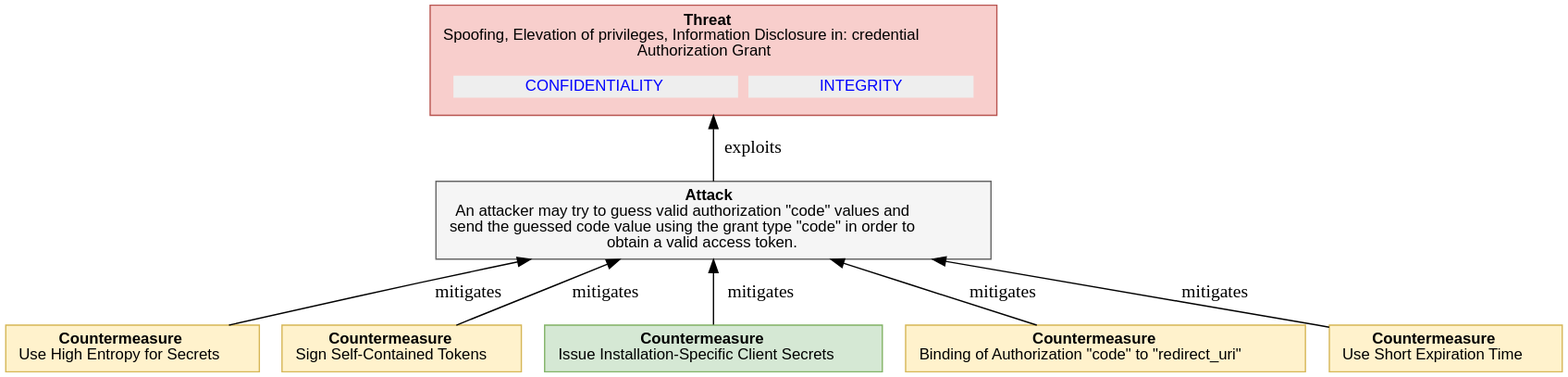
Above: report-examples/OAuth2/img/threatTree/4_4_1_3_AUTH_CODE_BRUTE_FORCE.svg in DavidCervigni/threat-models (PlantUML), before the change. Its source is kept beside it as report-examples/OAuth2/img/threatTree/4_4_1_3_AUTH_CODE_BRUTE_FORCE.puml.
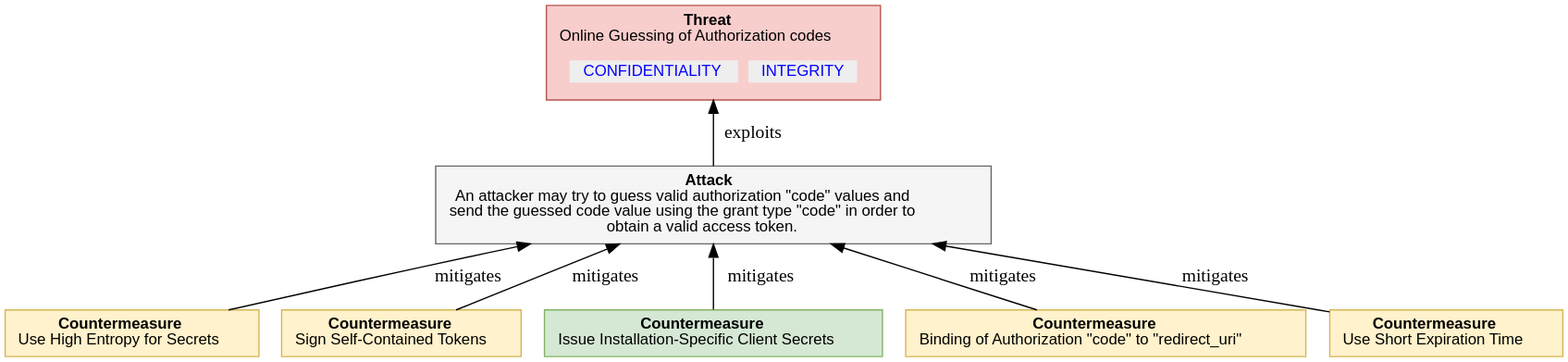
Later version of the same file.

Diff of the diagram source:
```diff
@@ -7,7 +7,7 @@
     <<table border="0" cellborder="0" cellspacing="0">
      <tr><td align="center"><b>Threat</b><br/>
 
-Spoofing, Elevation of privileges, Information Disclosure in: credential<br/>Authorization Grant
+Online Guessing of Authorization codes
 </td></tr>
      <tr><td><table border="0" cellborder="0" cellspacing="8"><tr>
                 ret += secObj.linkedImpactMDText()
```
